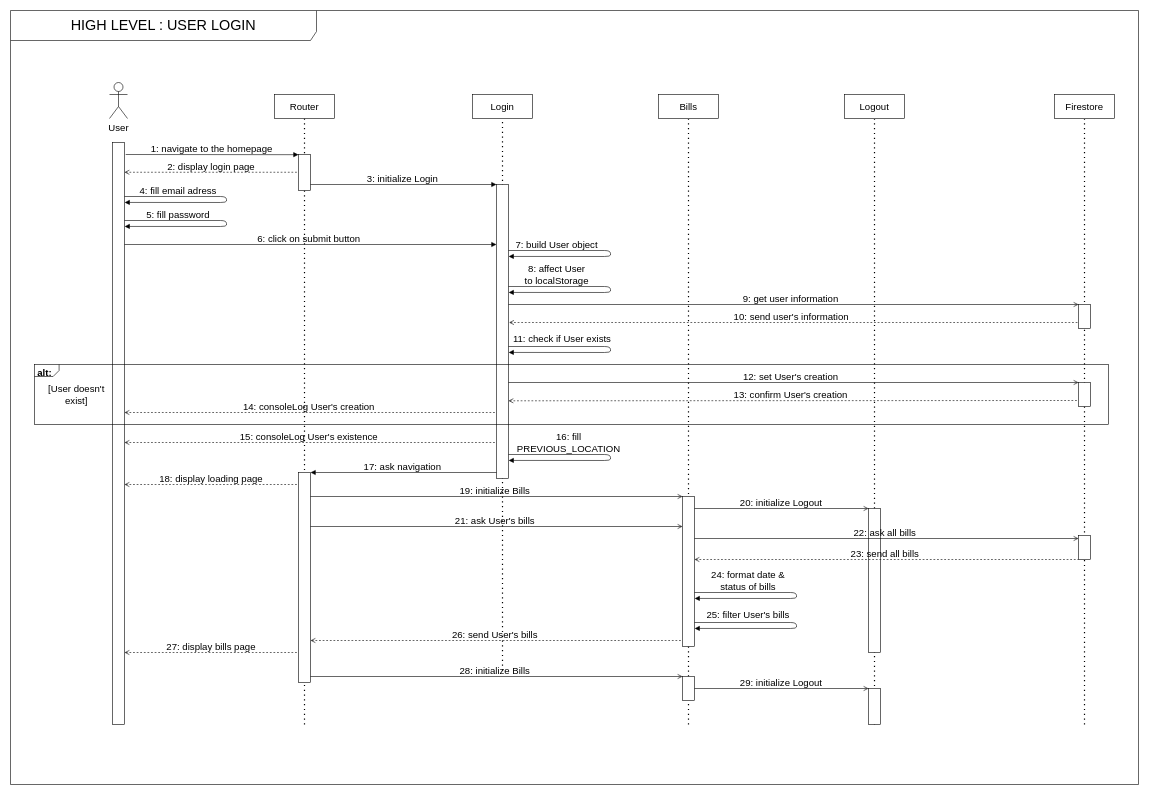
SebDelile/Billed-app-FR keeps this draw.io diagram as page "User-login" (2 of 2) of specs/rawfiles/sequenceDiagrams-low.drawio. Above is the earlier version. Source tidied: cells renumbered, new cells numbered last; positions are measured from the earlier drawing's top-left corner, leaving out a move shared by most shapes. Both pictures are drawn from the tidied source at 60%, with x=0, y=0 at pixel (10, 10).
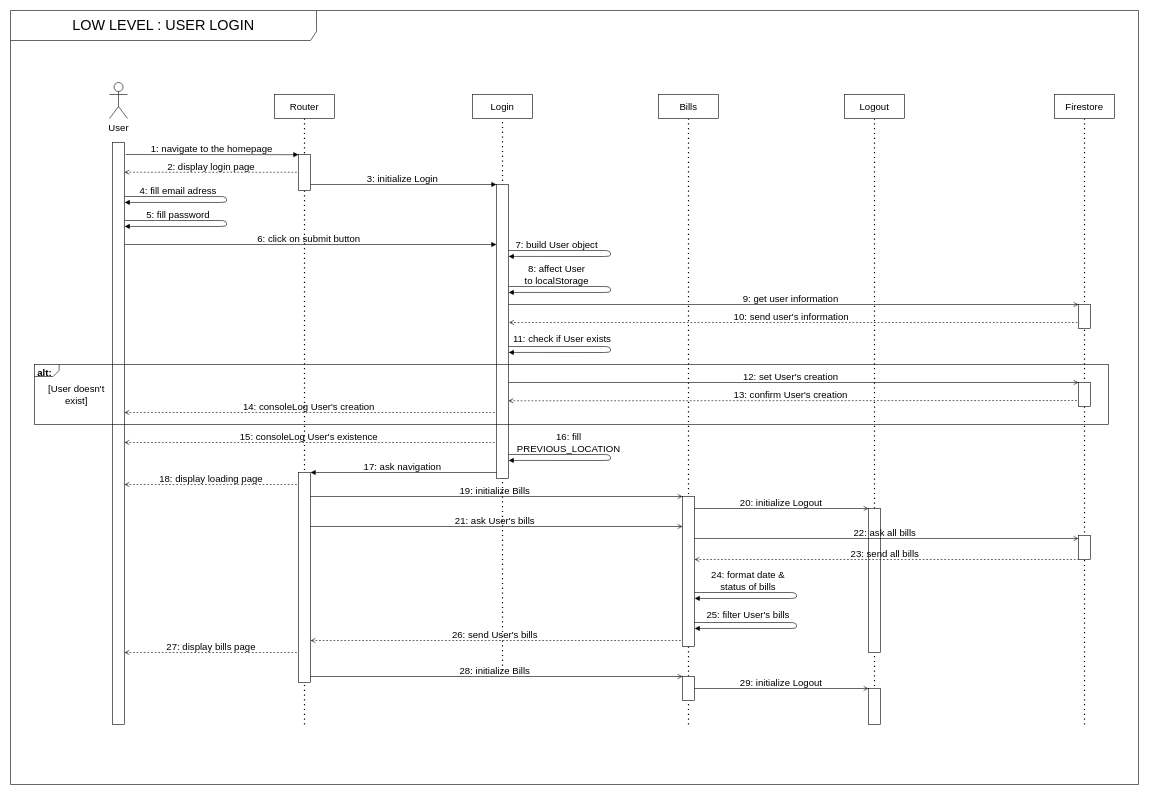
The same page after the edit.

Commit message (it also covers changes not shown here):
docs: add export diagrams as png

Diff of the diagram source:
```diff
@@
-    <mxCell id="2" value="HIGH LEVEL : USER LOGIN" style="shape=umlFrame;whiteSpace=wrap;html=1;fillColor=none;fontSize=24;width=510;height=50;labelBackgroundColor=none;" parent="1" vertex="1">
+    <mxCell id="2" value="LOW LEVEL : USER LOGIN" style="shape=umlFrame;whiteSpace=wrap;html=1;fillColor=none;fontSize=24;width=510;height=50;labelBackgroundColor=none;" parent="1" vertex="1">
       <mxGeometry width="1880" height="1290" as="geometry" />
     </mxCell>
```
